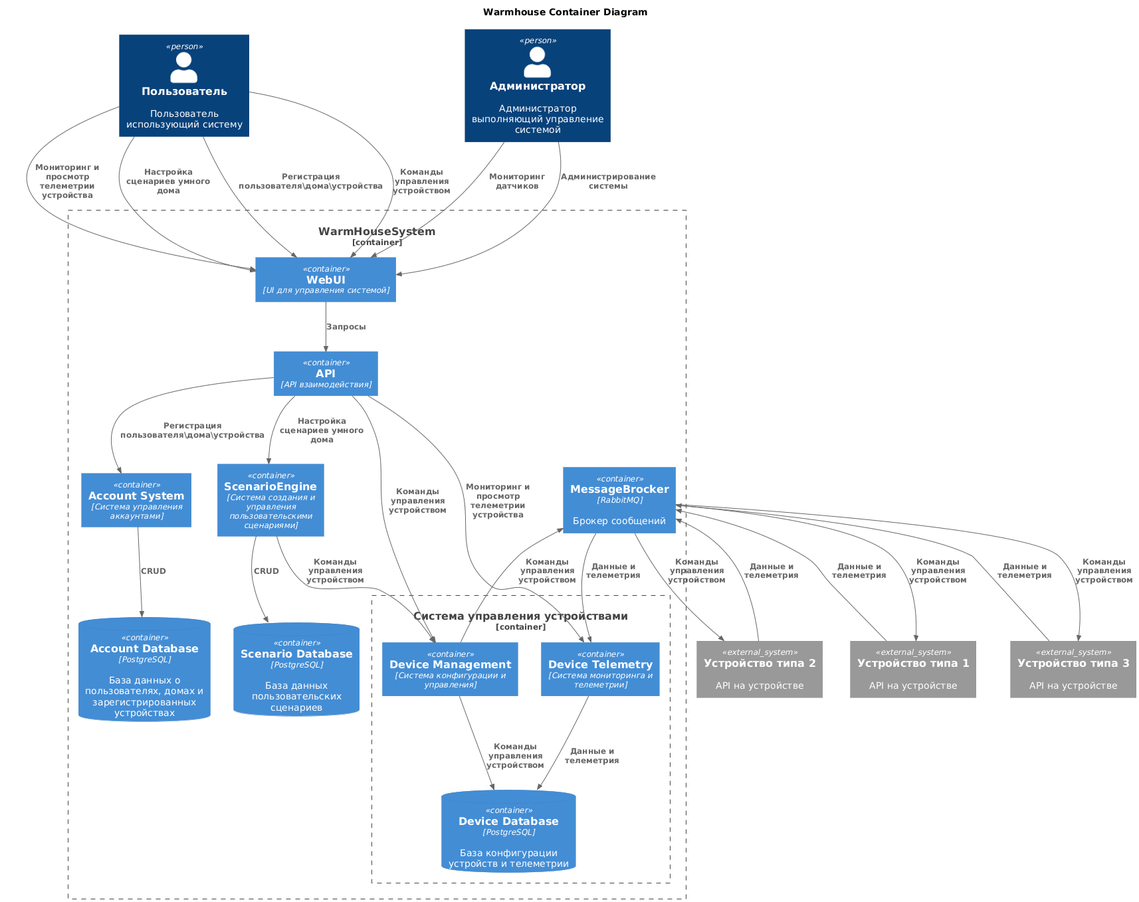
Before: Schemes/C4_container.png, a diagram exported from PlantUML (MasterKhajiit/architecture-warmhouse-1). Its diagram source:
```plantuml
@startuml
title Warmhouse Container Diagram

!include https://raw.githubusercontent.com/RicardoNiepel/C4-PlantUML/master/C4_Container.puml

Person(user, "Пользователь", "Пользователь использующий систему")
Person(admin, "Администратор", "Администратор выполняющий управление системой")

Container_Boundary(WarmHouseSystem, "WarmHouseSystem") {
    Container(WebUI, "WebUI", "UI для управления системой")
    Container(APIGate, "API", "API взаимодействия")

    Container(AccountMGM, "Account System", "Система управления аккаунтами")
    ContainerDb(AccountDb, "Account Database", "PostgreSQL", "База данных о пользователях, домах и зарегистрированных устройствах")

    Container(ScenarioEngine, "ScenarioEngine", "Система создания и управления пользовательскими сценариями")
    ContainerDb(ScenarioDb, "Scenario Database", "PostgreSQL", "База данных пользовательских сценариев")

    Container_Boundary(DeviceMGM, "Система управления устройствами") {
        Container(Management, "Device Management", "Система конфигурации и управления")
        Container(Telemetry, "Device Telemetry", "Система мониторинга и телеметрии")
        ContainerDb(DeviceDb, "Device Database", "PostgreSQL", "База конфигурации устройств и телеметрии")
    }
    Container(MessageBrocker, "MessageBrocker", "RabbitMQ",  "Брокер сообщений")
}

System_Ext(sensor1, "Устройство типа 1", "API на устройстве")
System_Ext(sensor2, "Устройство типа 2", "API на устройстве")
System_Ext(sensor3, "Устройство типа 3", "API на устройстве")

Rel(user, WebUI, "Регистрация пользователя\дома\устройства")
Rel(user, WebUI, "Команды управления устройством")
Rel(user, WebUI, "Мониторинг и просмотр телеметрии устройства")
Rel(user, WebUI, "Настройка сценариев умного дома")

Rel(admin, WebUI, "Мониторинг датчиков")
Rel(admin, WebUI, "Администрирование системы")

Rel(WebUI, APIGate, "Запросы")

Rel(APIGate, AccountMGM, "Регистрация пользователя\дома\устройства")
Rel(AccountMGM, AccountDb, "CRUD")

Rel(APIGate, ScenarioEngine, "Настройка сценариев умного дома")
Rel(ScenarioEngine, ScenarioDb, "CRUD")
Rel(ScenarioEngine, Management, "Команды управления устройством")

Rel(APIGate, Management, "Команды управления устройством")
Rel(Management, DeviceDb, "Команды управления устройством")
Rel(Management, MessageBrocker, "Команды управления устройством")

Rel(APIGate, Telemetry, "Мониторинг и просмотр телеметрии устройства")
Rel(MessageBrocker, Telemetry, "Данные и телеметрия")
Rel(Telemetry, DeviceDb, "Данные и телеметрия")



Rel(MessageBrocker, sensor1, "Команды управления устройством")
Rel(MessageBrocker, sensor2, "Команды управления устройством")
Rel(MessageBrocker, sensor3, "Команды управления устройством")

Rel(sensor1, MessageBrocker, "Данные и телеметрия")
Rel(sensor2, MessageBrocker, "Данные и телеметрия")
Rel(sensor3, MessageBrocker, "Данные и телеметрия")
@enduml
```
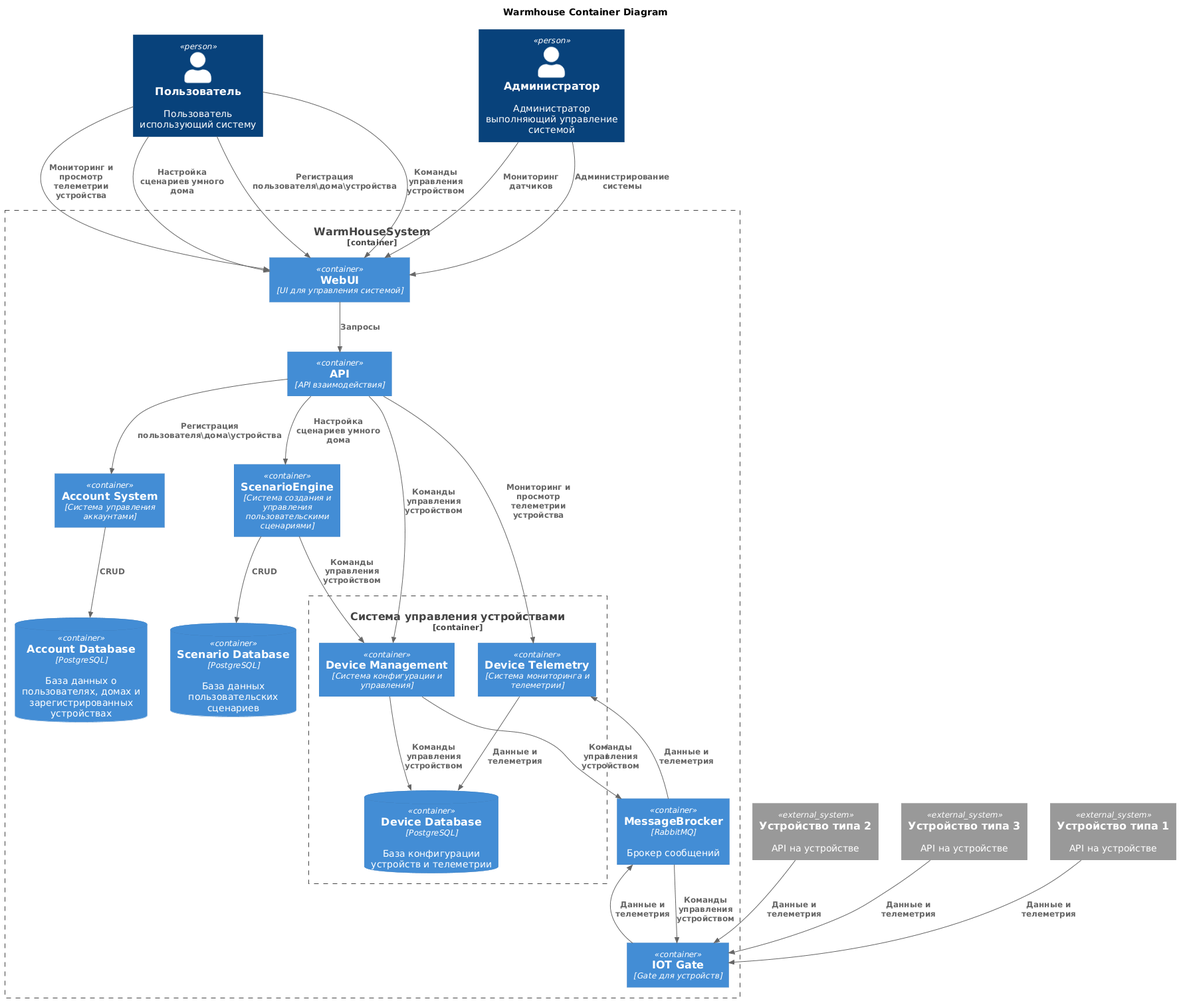
After the commit.

Diff of the diagram source:
```diff
@@ -9,6 +9,7 @@
 Container_Boundary(WarmHouseSystem, "WarmHouseSystem") {
     Container(WebUI, "WebUI", "UI для управления системой")
     Container(APIGate, "API", "API взаимодействия")
+    Container(IOTGate, "IOT Gate", "Gate для устройств")
 
     Container(AccountMGM, "Account System", "Система управления аккаунтами")
     ContainerDb(AccountDb, "Account Database", "PostgreSQL", "База данных о пользователях, домах и зарегистрированных устройствах")
@@ -53,13 +54,10 @@
 Rel(MessageBrocker, Telemetry, "Данные и телеметрия")
 Rel(Telemetry, DeviceDb, "Данные и телеметрия")
 
+Rel(MessageBrocker, IOTGate, "Команды управления устройством")
+Rel(IOTGate, MessageBrocker, "Данные и телеметрия")
 
-
-Rel(MessageBrocker, sensor1, "Команды управления устройством")
-Rel(MessageBrocker, sensor2, "Команды управления устройством")
-Rel(MessageBrocker, sensor3, "Команды управления устройством")
-
-Rel(sensor1, MessageBrocker, "Данные и телеметрия")
-Rel(sensor2, MessageBrocker, "Данные и телеметрия")
-Rel(sensor3, MessageBrocker, "Данные и телеметрия")
+Rel(sensor1, IOTGate, "Данные и телеметрия")
+Rel(sensor2, IOTGate, "Данные и телеметрия")
+Rel(sensor3, IOTGate, "Данные и телеметрия")
 @enduml
```
